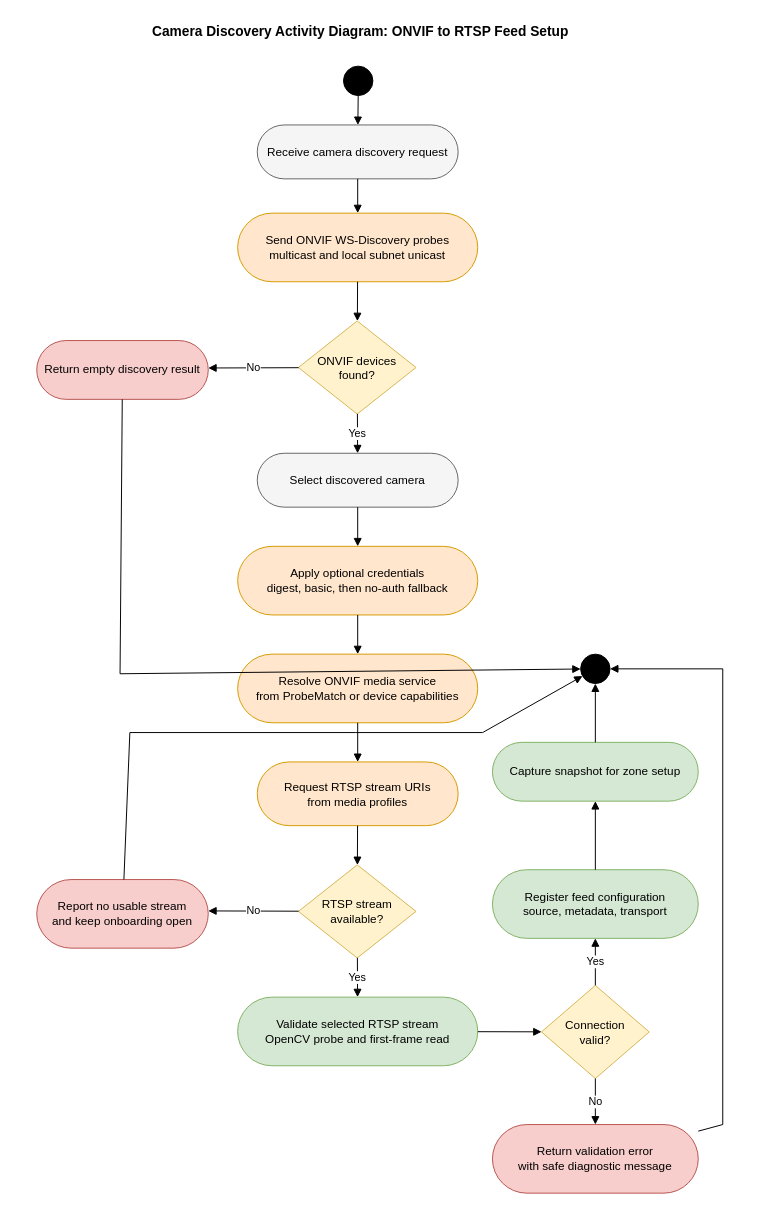
Before: report-latex/figures/drawio/chapter4_camera_discovery_activity.drawio in Salmen-BA21/Queue-Wait-Time-Estimation, a draw.io diagram. Source tidied: cells renumbered, new cells numbered last; positions are measured from the earlier drawing's top-left corner, leaving out a move shared by most shapes. Both pictures are drawn from the tidied source at 98%, with x=0, y=0 at pixel (17, 17).
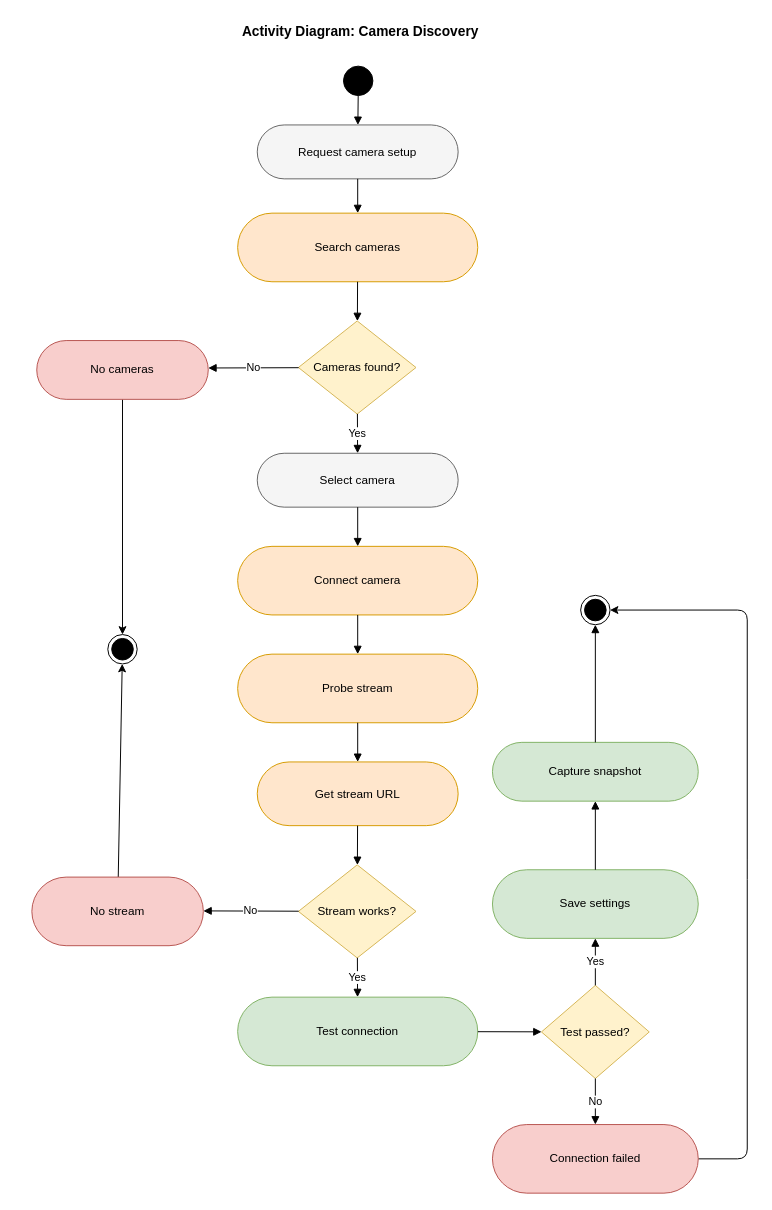
The same page after the edit.

Diff of the diagram source:
```diff
@@
-    <mxCell id="2" value="Camera Discovery Activity Diagram: ONVIF to RTSP Feed Setup" style="text;fontSize=14;fontStyle=1;align=center;html=1;" parent="1" vertex="1">
+    <mxCell id="2" value="Activity Diagram: Camera Discovery" style="text;fontSize=14;fontStyle=1;align=center;html=1;" parent="1" vertex="1">
       <mxGeometry width="700" height="30" as="geometry" />
     </mxCell>
@@
-    <mxCell id="4" value="Receive camera discovery request" style="rounded=1;arcSize=50;fillColor=#f5f5f5;strokeColor=#666666;html=1;whiteSpace=wrap;align=center;verticalAlign=middle;" parent="1" vertex="1">
+    <mxCell id="4" value="Request camera setup" style="rounded=1;arcSize=50;fillColor=#f5f5f5;strokeColor=#666666;html=1;whiteSpace=wrap;align=center;verticalAlign=middle;" parent="1" vertex="1">
       <mxGeometry x="245" y="110" width="205" height="55" as="geometry" />
     </mxCell>
-    <mxCell id="5" value="Send ONVIF WS-Discovery probes&#10;multicast and local subnet unicast" style="rounded=1;arcSize=50;fillColor=#ffe6cc;strokeColor=#d79b00;html=1;whiteSpace=wrap;align=center;verticalAlign=middle;" parent="1" vertex="1">
+    <mxCell id="5" value="Search cameras" style="rounded=1;arcSize=50;fillColor=#ffe6cc;strokeColor=#d79b00;html=1;whiteSpace=wrap;align=center;verticalAlign=middle;" parent="1" vertex="1">
       <mxGeometry x="225" y="200" width="245" height="70" as="geometry" />
     </mxCell>
-    <mxCell id="6" value="ONVIF devices&#10;found?" style="rhombus;fillColor=#fff2cc;strokeColor=#d6b656;html=1;whiteSpace=wrap;align=center;verticalAlign=middle;" parent="1" vertex="1">
+    <mxCell id="6" value="Cameras found?" style="rhombus;fillColor=#fff2cc;strokeColor=#d6b656;html=1;whiteSpace=wrap;align=center;verticalAlign=middle;" parent="1" vertex="1">
       <mxGeometry x="287" y="310" width="120" height="95" as="geometry" />
     </mxCell>
+    <mxCell id="39" style="edgeStyle=none;html=1;" parent="1" edge="1" source="7" target="42">
+      <mxGeometry relative="1" as="geometry" />
+    </mxCell>
-    <mxCell id="7" value="Return empty discovery result" style="rounded=1;arcSize=50;fillColor=#f8cecc;strokeColor=#b85450;html=1;whiteSpace=wrap;align=center;verticalAlign=middle;" parent="1" vertex="1">
+    <mxCell id="7" value="No cameras" style="rounded=1;arcSize=50;fillColor=#f8cecc;strokeColor=#b85450;html=1;whiteSpace=wrap;align=center;verticalAlign=middle;" parent="1" vertex="1">
       <mxGeometry x="20" y="330" width="175" height="60" as="geometry" />
     </mxCell>
-    <mxCell id="8" value="Select discovered camera" style="rounded=1;arcSize=50;fillColor=#f5f5f5;strokeColor=#666666;html=1;whiteSpace=wrap;align=center;verticalAlign=middle;" parent="1" vertex="1">
+    <mxCell id="8" value="Select camera" style="rounded=1;arcSize=50;fillColor=#f5f5f5;strokeColor=#666666;html=1;whiteSpace=wrap;align=center;verticalAlign=middle;" parent="1" vertex="1">
       <mxGeometry x="245" y="445" width="205" height="55" as="geometry" />
     </mxCell>
-    <mxCell id="9" value="Apply optional credentials&#10;digest, basic, then no-auth fallback" style="rounded=1;arcSize=50;fillColor=#ffe6cc;strokeColor=#d79b00;html=1;whiteSpace=wrap;align=center;verticalAlign=middle;" parent="1" vertex="1">
+    <mxCell id="9" value="Connect camera" style="rounded=1;arcSize=50;fillColor=#ffe6cc;strokeColor=#d79b00;html=1;whiteSpace=wrap;align=center;verticalAlign=middle;" parent="1" vertex="1">
       <mxGeometry x="225" y="540" width="245" height="70" as="geometry" />
     </mxCell>
-    <mxCell id="10" value="Resolve ONVIF media service&#10;from ProbeMatch or device capabilities" style="rounded=1;arcSize=50;fillColor=#ffe6cc;strokeColor=#d79b00;html=1;whiteSpace=wrap;align=center;verticalAlign=middle;" parent="1" vertex="1">
+    <mxCell id="10" value="Probe stream" style="rounded=1;arcSize=50;fillColor=#ffe6cc;strokeColor=#d79b00;html=1;whiteSpace=wrap;align=center;verticalAlign=middle;" parent="1" vertex="1">
       <mxGeometry x="225" y="650" width="245" height="70" as="geometry" />
     </mxCell>
-    <mxCell id="11" value="Request RTSP stream URIs&#10;from media profiles" style="rounded=1;arcSize=50;fillColor=#ffe6cc;strokeColor=#d79b00;html=1;whiteSpace=wrap;align=center;verticalAlign=middle;" parent="1" vertex="1">
+    <mxCell id="11" value="Get stream URL" style="rounded=1;arcSize=50;fillColor=#ffe6cc;strokeColor=#d79b00;html=1;whiteSpace=wrap;align=center;verticalAlign=middle;" parent="1" vertex="1">
       <mxGeometry x="245" y="760" width="205" height="65" as="geometry" />
     </mxCell>
-    <mxCell id="12" value="RTSP stream&#10;available?" style="rhombus;fillColor=#fff2cc;strokeColor=#d6b656;html=1;whiteSpace=wrap;align=center;verticalAlign=middle;" parent="1" vertex="1">
+    <mxCell id="12" value="Stream works?" style="rhombus;fillColor=#fff2cc;strokeColor=#d6b656;html=1;whiteSpace=wrap;align=center;verticalAlign=middle;" parent="1" vertex="1">
       <mxGeometry x="287" y="865" width="120" height="95" as="geometry" />
     </mxCell>
+    <mxCell id="40" style="edgeStyle=none;html=1;" parent="1" edge="1" source="13" target="42">
+      <mxGeometry relative="1" as="geometry" />
+    </mxCell>
-    <mxCell id="13" value="Report no usable stream&#10;and keep onboarding open" style="rounded=1;arcSize=50;fillColor=#f8cecc;strokeColor=#b85450;html=1;whiteSpace=wrap;align=center;verticalAlign=middle;" parent="1" vertex="1">
-      <mxGeometry x="20" y="880" width="175" height="70" as="geometry" />
+    <mxCell id="13" value="No stream" style="rounded=1;arcSize=50;fillColor=#f8cecc;strokeColor=#b85450;html=1;whiteSpace=wrap;align=center;verticalAlign=middle;" parent="1" vertex="1">
+      <mxGeometry x="15" y="877.5" width="175" height="70" as="geometry" />
     </mxCell>
-    <mxCell id="14" value="Validate selected RTSP stream&#10;OpenCV probe and first-frame read" style="rounded=1;arcSize=50;fillColor=#d5e8d4;strokeColor=#82b366;html=1;whiteSpace=wrap;align=center;verticalAlign=middle;" parent="1" vertex="1">
+    <mxCell id="14" value="Test connection" style="rounded=1;arcSize=50;fillColor=#d5e8d4;strokeColor=#82b366;html=1;whiteSpace=wrap;align=center;verticalAlign=middle;" parent="1" vertex="1">
       <mxGeometry x="225" y="1000" width="245" height="70" as="geometry" />
     </mxCell>
-    <mxCell id="15" value="Connection&#10;valid?" style="rhombus;fillColor=#fff2cc;strokeColor=#d6b656;html=1;whiteSpace=wrap;align=center;verticalAlign=middle;" parent="1" vertex="1">
+    <mxCell id="15" value="Test passed?" style="rhombus;fillColor=#fff2cc;strokeColor=#d6b656;html=1;whiteSpace=wrap;align=center;verticalAlign=middle;" parent="1" vertex="1">
       <mxGeometry x="535" y="988" width="110" height="95" as="geometry" />
     </mxCell>
-    <mxCell id="16" value="Register feed configuration&#10;source, metadata, transport" style="rounded=1;arcSize=50;fillColor=#d5e8d4;strokeColor=#82b366;html=1;whiteSpace=wrap;align=center;verticalAlign=middle;" parent="1" vertex="1">
+    <mxCell id="16" value="Save settings" style="rounded=1;arcSize=50;fillColor=#d5e8d4;strokeColor=#82b366;html=1;whiteSpace=wrap;align=center;verticalAlign=middle;" parent="1" vertex="1">
       <mxGeometry x="485" y="870" width="210" height="70" as="geometry" />
     </mxCell>
-    <mxCell id="17" value="Capture snapshot for zone setup" style="rounded=1;arcSize=50;fillColor=#d5e8d4;strokeColor=#82b366;html=1;whiteSpace=wrap;align=center;verticalAlign=middle;" parent="1" vertex="1">
+    <mxCell id="17" value="Capture snapshot" style="rounded=1;arcSize=50;fillColor=#d5e8d4;strokeColor=#82b366;html=1;whiteSpace=wrap;align=center;verticalAlign=middle;" parent="1" vertex="1">
       <mxGeometry x="485" y="740" width="210" height="60" as="geometry" />
     </mxCell>
+    <mxCell id="41" style="edgeStyle=none;html=1;exitX=1;exitY=0.5;exitDx=0;exitDy=0;" parent="1" edge="1" source="18" target="43">
+      <mxGeometry relative="1" as="geometry">
+        <Array as="points">
+          <mxPoint x="745" y="1165" />
+          <mxPoint x="745" y="870" />
+          <mxPoint x="745" y="605" />
+        </Array>
+      </mxGeometry>
+    </mxCell>
-    <mxCell id="18" value="Return validation error&#10;with safe diagnostic message" style="rounded=1;arcSize=50;fillColor=#f8cecc;strokeColor=#b85450;html=1;whiteSpace=wrap;align=center;verticalAlign=middle;" parent="1" vertex="1">
+    <mxCell id="18" value="Connection failed" style="rounded=1;arcSize=50;fillColor=#f8cecc;strokeColor=#b85450;html=1;whiteSpace=wrap;align=center;verticalAlign=middle;" parent="1" vertex="1">
       <mxGeometry x="485" y="1130" width="210" height="70" as="geometry" />
     </mxCell>
-    <mxCell id="19" style="ellipse;shape=doubleEllipse;fillColor=#000000;html=1;" parent="1" vertex="1">
-      <mxGeometry x="575" y="650" width="30" height="30" as="geometry" />
-    </mxCell>
@@
-    <mxCell id="25" style="html=1;endArrow=block;rounded=0;" parent="1" edge="1" source="7" target="19">
-      <mxGeometry relative="1" as="geometry">
-        <Array as="points">
-          <mxPoint x="105" y="670" />
-        </Array>
-      </mxGeometry>
-    </mxCell>
@@
-    <mxCell id="32" style="html=1;endArrow=block;rounded=0;" parent="1" edge="1" source="13" target="19">
-      <mxGeometry relative="1" as="geometry">
-        <Array as="points">
-          <mxPoint x="115" y="730" />
-          <mxPoint x="345" y="730" />
-          <mxPoint x="475" y="730" />
-        </Array>
-      </mxGeometry>
-    </mxCell>
@@
-    <mxCell id="37" style="html=1;endArrow=block;rounded=0;" parent="1" edge="1" source="17" target="19">
+    <mxCell id="37" style="html=1;endArrow=block;rounded=0;" parent="1" edge="1" source="17" target="43">
       <mxGeometry relative="1" as="geometry" />
     </mxCell>
-    <mxCell id="38" style="html=1;endArrow=block;rounded=0;" parent="1" edge="1" source="18" target="19">
-      <mxGeometry relative="1" as="geometry">
-        <Array as="points">
-          <mxPoint x="720" y="1130" />
-          <mxPoint x="720" y="665" />
-        </Array>
-      </mxGeometry>
-    </mxCell>
+    <mxCell id="42" style="ellipse;html=1;shape=endState;fillColor=strokeColor;" parent="1" vertex="1">
+      <mxGeometry x="92.5" y="630" width="30" height="30" as="geometry" />
+    </mxCell>
+    <mxCell id="43" style="ellipse;html=1;shape=endState;fillColor=strokeColor;" parent="1" vertex="1">
+      <mxGeometry x="575" y="590" width="30" height="30" as="geometry" />
+    </mxCell>
```
